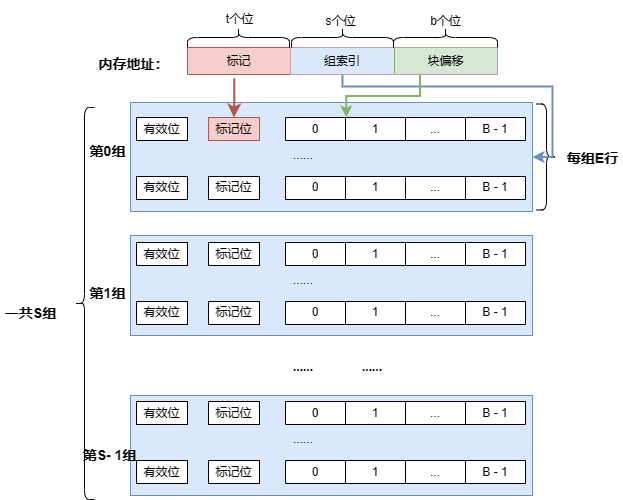
The draw.io diagram OS/Cache相关.drawio.png in SixPlusAndTimes/drawio, before a commit. Source tidied: cells renumbered, new cells last; positions are measured from the earlier drawing's top-left corner, leaving out a move shared by most shapes.
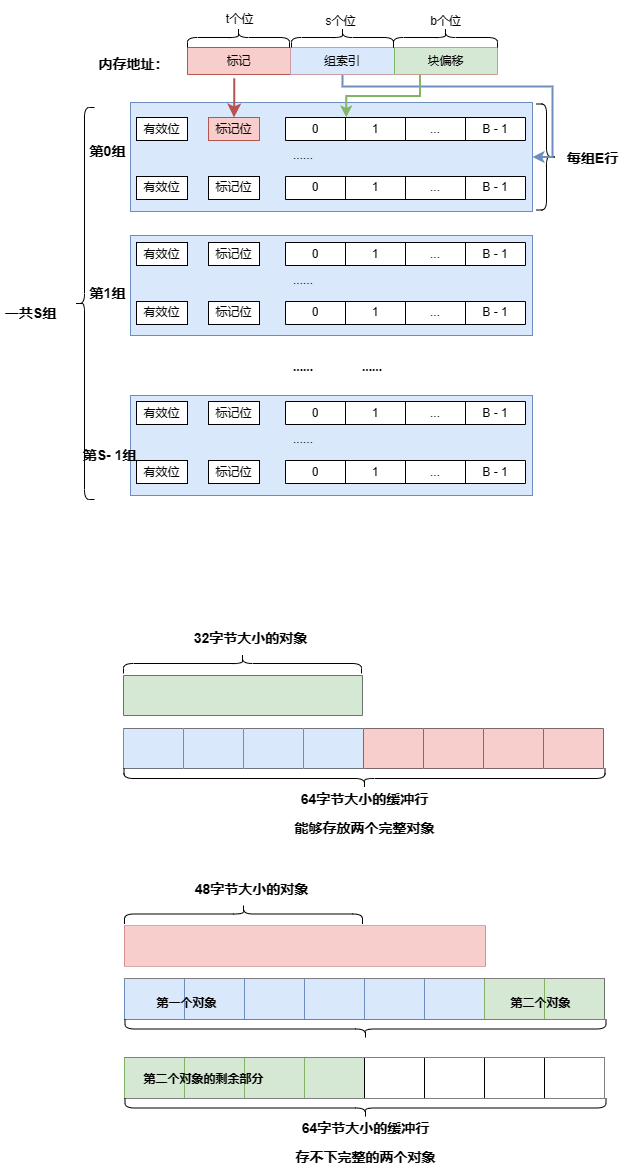
After the change.

Diff of the diagram source:
```diff
@@ -242,5 +242,149 @@
     <mxCell id="79" value="&lt;font style=&quot;font-size: 14px;&quot;&gt;内存地址：&lt;/font&gt;" style="text;strokeColor=none;fillColor=none;html=1;fontSize=24;fontStyle=1;verticalAlign=middle;align=center;" parent="1" vertex="1">
       <mxGeometry x="83" y="55.5" width="100" height="40" as="geometry" />
     </mxCell>
+    <mxCell id="80" style="shape=table;startSize=0;" parent="1" vertex="1">
+      <mxGeometry x="123" y="743" width="480" height="40" as="geometry" />
+    </mxCell>
+    <mxCell id="81" style="shape=tableRow;horizontal=0;startSize=0;swimlaneHead=0;swimlaneBody=0;strokeColor=inherit;top=0;left=0;bottom=0;right=0;fillColor=none;" parent="80" vertex="1">
+      <mxGeometry width="480" height="40" as="geometry" />
+    </mxCell>
+    <mxCell id="82" style="shape=partialRectangle;html=1;whiteSpace=wrap;strokeColor=#6c8ebf;overflow=hidden;fillColor=#dae8fc;top=0;left=1;bottom=0;right=0;" parent="81" vertex="1">
+      <mxGeometry width="60" height="40" as="geometry" />
+    </mxCell>
+    <mxCell id="83" style="shape=partialRectangle;html=1;whiteSpace=wrap;strokeColor=#6c8ebf;overflow=hidden;fillColor=#dae8fc;top=0;left=1;bottom=0;right=0;" parent="81" vertex="1">
+      <mxGeometry x="60" width="60" height="40" as="geometry" />
+    </mxCell>
+    <mxCell id="84" style="shape=partialRectangle;html=1;whiteSpace=wrap;strokeColor=#6c8ebf;overflow=hidden;fillColor=#dae8fc;top=0;left=1;bottom=0;right=0;" parent="81" vertex="1">
+      <mxGeometry x="120" width="60" height="40" as="geometry" />
+    </mxCell>
+    <mxCell id="85" style="shape=partialRectangle;html=1;whiteSpace=wrap;strokeColor=#6c8ebf;overflow=hidden;fillColor=#dae8fc;top=0;left=1;bottom=0;right=0;" parent="81" vertex="1">
+      <mxGeometry x="180" width="60" height="40" as="geometry" />
+    </mxCell>
+    <mxCell id="86" style="shape=partialRectangle;html=1;whiteSpace=wrap;strokeColor=#b85450;overflow=hidden;fillColor=#f8cecc;top=0;left=1;bottom=0;right=0;" parent="81" vertex="1">
+      <mxGeometry x="240" width="60" height="40" as="geometry" />
+    </mxCell>
+    <mxCell id="87" style="shape=partialRectangle;html=1;whiteSpace=wrap;strokeColor=#b85450;overflow=hidden;fillColor=#f8cecc;top=0;left=1;bottom=0;right=0;" parent="81" vertex="1">
+      <mxGeometry x="300" width="60" height="40" as="geometry" />
+    </mxCell>
+    <mxCell id="88" style="shape=partialRectangle;html=1;whiteSpace=wrap;strokeColor=#b85450;overflow=hidden;fillColor=#f8cecc;top=0;left=1;bottom=0;right=0;" parent="81" vertex="1">
+      <mxGeometry x="360" width="60" height="40" as="geometry" />
+    </mxCell>
+    <mxCell id="89" style="shape=partialRectangle;html=1;whiteSpace=wrap;strokeColor=#b85450;overflow=hidden;fillColor=#f8cecc;top=0;left=1;bottom=0;right=0;" parent="81" vertex="1">
+      <mxGeometry x="420" width="60" height="40" as="geometry" />
+    </mxCell>
+    <mxCell id="90" style="shape=table;startSize=0;" parent="1" vertex="1">
+      <mxGeometry x="123" y="690" width="239" height="40" as="geometry" />
+    </mxCell>
+    <mxCell id="91" style="shape=tableRow;horizontal=0;startSize=0;swimlaneHead=0;swimlaneBody=0;strokeColor=inherit;top=0;left=0;bottom=0;right=0;fillColor=none;" parent="90" vertex="1">
+      <mxGeometry width="239" height="40" as="geometry" />
+    </mxCell>
+    <mxCell id="92" style="shape=partialRectangle;html=1;whiteSpace=wrap;strokeColor=#82b366;overflow=hidden;fillColor=#d5e8d4;top=0;left=0;bottom=0;right=0;" parent="91" vertex="1">
+      <mxGeometry width="239" height="40" as="geometry" />
+    </mxCell>
+    <mxCell id="93" style="shape=curlyBracket;whiteSpace=wrap;html=1;rounded=1;labelPosition=left;verticalLabelPosition=middle;align=right;verticalAlign=middle;rotation=90;" parent="1" vertex="1">
+      <mxGeometry x="232" y="559" width="20" height="238" as="geometry" />
+    </mxCell>
+    <mxCell id="94" value="&lt;font style=&quot;font-size: 14px;&quot;&gt;32字节大小的对象&lt;/font&gt;" style="text;strokeColor=none;fillColor=none;html=1;fontSize=24;fontStyle=1;verticalAlign=middle;align=center;" parent="1" vertex="1">
+      <mxGeometry x="200" y="630" width="100" height="40" as="geometry" />
+    </mxCell>
+    <mxCell id="95" style="shape=curlyBracket;whiteSpace=wrap;html=1;rounded=1;labelPosition=left;verticalLabelPosition=middle;align=right;verticalAlign=middle;rotation=-90;" parent="1" vertex="1">
+      <mxGeometry x="354" y="552.5" width="20" height="481" as="geometry" />
+    </mxCell>
+    <mxCell id="96" value="&lt;font style=&quot;font-size: 14px;&quot;&gt;64字节大小的缓冲行&lt;br&gt;能够存放两个完整对象&lt;br&gt;&lt;/font&gt;" style="text;strokeColor=none;fillColor=none;html=1;fontSize=24;fontStyle=1;verticalAlign=middle;align=center;" parent="1" vertex="1">
+      <mxGeometry x="314" y="814" width="100" height="22" as="geometry" />
+    </mxCell>
+    <mxCell id="97" style="shape=table;startSize=0;" parent="1" vertex="1">
+      <mxGeometry x="124" y="993.5" width="480" height="40" as="geometry" />
+    </mxCell>
+    <mxCell id="98" style="shape=tableRow;horizontal=0;startSize=0;swimlaneHead=0;swimlaneBody=0;strokeColor=inherit;top=0;left=0;bottom=0;right=0;fillColor=none;" parent="97" vertex="1">
+      <mxGeometry width="480" height="40" as="geometry" />
+    </mxCell>
+    <mxCell id="99" style="shape=partialRectangle;html=1;whiteSpace=wrap;strokeColor=#6c8ebf;overflow=hidden;fillColor=#dae8fc;top=0;left=1;bottom=0;right=0;" parent="98" vertex="1">
+      <mxGeometry width="60" height="40" as="geometry" />
+    </mxCell>
+    <mxCell id="100" style="shape=partialRectangle;html=1;whiteSpace=wrap;strokeColor=#6c8ebf;overflow=hidden;fillColor=#dae8fc;top=0;left=1;bottom=0;right=0;" parent="98" vertex="1">
+      <mxGeometry x="60" width="60" height="40" as="geometry" />
+    </mxCell>
+    <mxCell id="101" style="shape=partialRectangle;html=1;whiteSpace=wrap;strokeColor=#6c8ebf;overflow=hidden;fillColor=#dae8fc;top=0;left=1;bottom=0;right=0;" parent="98" vertex="1">
+      <mxGeometry x="120" width="60" height="40" as="geometry" />
+    </mxCell>
+    <mxCell id="102" style="shape=partialRectangle;html=1;whiteSpace=wrap;strokeColor=#6c8ebf;overflow=hidden;fillColor=#dae8fc;top=0;left=1;bottom=0;right=0;" parent="98" vertex="1">
+      <mxGeometry x="180" width="60" height="40" as="geometry" />
+    </mxCell>
+    <mxCell id="103" style="shape=partialRectangle;html=1;whiteSpace=wrap;strokeColor=#6c8ebf;overflow=hidden;fillColor=#dae8fc;top=0;left=1;bottom=0;right=0;" parent="98" vertex="1">
+      <mxGeometry x="240" width="60" height="40" as="geometry" />
+    </mxCell>
+    <mxCell id="104" style="shape=partialRectangle;html=1;whiteSpace=wrap;strokeColor=#6c8ebf;overflow=hidden;fillColor=#dae8fc;top=0;left=1;bottom=0;right=0;" parent="98" vertex="1">
+      <mxGeometry x="300" width="60" height="40" as="geometry" />
+    </mxCell>
+    <mxCell id="105" style="shape=partialRectangle;html=1;whiteSpace=wrap;strokeColor=#82b366;overflow=hidden;fillColor=#d5e8d4;top=0;left=1;bottom=0;right=0;" parent="98" vertex="1">
+      <mxGeometry x="360" width="60" height="40" as="geometry" />
+    </mxCell>
+    <mxCell id="106" style="shape=partialRectangle;html=1;whiteSpace=wrap;strokeColor=#82b366;overflow=hidden;fillColor=#d5e8d4;top=0;left=1;bottom=0;right=0;" parent="98" vertex="1">
+      <mxGeometry x="420" width="60" height="40" as="geometry" />
+    </mxCell>
+    <mxCell id="107" style="shape=table;startSize=0;fillColor=#f8cecc;strokeColor=#b85450;" parent="1" vertex="1">
+      <mxGeometry x="124" y="940.5" width="361" height="40" as="geometry" />
+    </mxCell>
+    <mxCell id="108" style="shape=tableRow;horizontal=0;startSize=0;swimlaneHead=0;swimlaneBody=0;strokeColor=inherit;top=0;left=0;bottom=0;right=0;fillColor=none;" parent="107" vertex="1">
+      <mxGeometry width="361" height="40" as="geometry" />
+    </mxCell>
+    <mxCell id="109" style="shape=partialRectangle;html=1;whiteSpace=wrap;strokeColor=#b85450;overflow=hidden;fillColor=#f8cecc;top=0;left=0;bottom=0;right=0;" parent="108" vertex="1">
+      <mxGeometry width="361" height="40" as="geometry" />
+    </mxCell>
+    <mxCell id="110" style="shape=curlyBracket;whiteSpace=wrap;html=1;rounded=1;labelPosition=left;verticalLabelPosition=middle;align=right;verticalAlign=middle;rotation=90;" parent="1" vertex="1">
+      <mxGeometry x="233" y="809.5" width="20" height="238" as="geometry" />
+    </mxCell>
+    <mxCell id="111" value="&lt;font style=&quot;font-size: 14px;&quot;&gt;48字节大小的对象&lt;/font&gt;" style="text;strokeColor=none;fillColor=none;html=1;fontSize=24;fontStyle=1;verticalAlign=middle;align=center;" parent="1" vertex="1">
+      <mxGeometry x="201" y="880.5" width="100" height="40" as="geometry" />
+    </mxCell>
+    <mxCell id="112" style="shape=curlyBracket;whiteSpace=wrap;html=1;rounded=1;labelPosition=left;verticalLabelPosition=middle;align=right;verticalAlign=middle;rotation=-90;" parent="1" vertex="1">
+      <mxGeometry x="355" y="803" width="20" height="481" as="geometry" />
+    </mxCell>
+    <mxCell id="113" style="shape=table;startSize=0;" parent="1" vertex="1">
+      <mxGeometry x="124" y="1072.5" width="480" height="40" as="geometry" />
+    </mxCell>
+    <mxCell id="114" style="shape=tableRow;horizontal=0;startSize=0;swimlaneHead=0;swimlaneBody=0;strokeColor=inherit;top=0;left=0;bottom=0;right=0;fillColor=none;" parent="113" vertex="1">
+      <mxGeometry width="480" height="40" as="geometry" />
+    </mxCell>
+    <mxCell id="115" style="shape=partialRectangle;html=1;whiteSpace=wrap;strokeColor=#82b366;overflow=hidden;fillColor=#d5e8d4;top=0;left=1;bottom=0;right=0;" parent="114" vertex="1">
+      <mxGeometry width="60" height="40" as="geometry" />
+    </mxCell>
+    <mxCell id="116" style="shape=partialRectangle;html=1;whiteSpace=wrap;strokeColor=#82b366;overflow=hidden;fillColor=#d5e8d4;top=0;left=1;bottom=0;right=0;" parent="114" vertex="1">
+      <mxGeometry x="60" width="60" height="40" as="geometry" />
+    </mxCell>
+    <mxCell id="117" style="shape=partialRectangle;html=1;whiteSpace=wrap;strokeColor=#82b366;overflow=hidden;fillColor=#d5e8d4;top=0;left=1;bottom=0;right=0;" parent="114" vertex="1">
+      <mxGeometry x="120" width="60" height="40" as="geometry" />
+    </mxCell>
+    <mxCell id="118" style="shape=partialRectangle;html=1;whiteSpace=wrap;strokeColor=#82b366;overflow=hidden;fillColor=#d5e8d4;top=0;left=1;bottom=0;right=0;" parent="114" vertex="1">
+      <mxGeometry x="180" width="60" height="40" as="geometry" />
+    </mxCell>
+    <mxCell id="119" style="shape=partialRectangle;html=1;whiteSpace=wrap;overflow=hidden;top=0;left=1;bottom=0;right=0;" parent="114" vertex="1">
+      <mxGeometry x="240" width="60" height="40" as="geometry" />
+    </mxCell>
+    <mxCell id="120" style="shape=partialRectangle;html=1;whiteSpace=wrap;overflow=hidden;top=0;left=1;bottom=0;right=0;" parent="114" vertex="1">
+      <mxGeometry x="300" width="60" height="40" as="geometry" />
+    </mxCell>
+    <mxCell id="121" style="shape=partialRectangle;html=1;whiteSpace=wrap;overflow=hidden;top=0;left=1;bottom=0;right=0;" parent="114" vertex="1">
+      <mxGeometry x="360" width="60" height="40" as="geometry" />
+    </mxCell>
+    <mxCell id="122" style="shape=partialRectangle;html=1;whiteSpace=wrap;overflow=hidden;top=0;left=1;bottom=0;right=0;" parent="114" vertex="1">
+      <mxGeometry x="420" width="60" height="40" as="geometry" />
+    </mxCell>
+    <mxCell id="123" style="shape=curlyBracket;whiteSpace=wrap;html=1;rounded=1;labelPosition=left;verticalLabelPosition=middle;align=right;verticalAlign=middle;rotation=-90;" parent="1" vertex="1">
+      <mxGeometry x="355" y="882" width="20" height="481" as="geometry" />
+    </mxCell>
+    <mxCell id="124" value="&lt;font style=&quot;font-size: 14px;&quot;&gt;64字节大小的缓冲行&lt;br&gt;存不下完整的两个对象&lt;br&gt;&lt;/font&gt;" style="text;strokeColor=none;fillColor=none;html=1;fontSize=24;fontStyle=1;verticalAlign=middle;align=center;" parent="1" vertex="1">
+      <mxGeometry x="315" y="1143.5" width="100" height="22" as="geometry" />
+    </mxCell>
+    <mxCell id="125" value="&lt;font style=&quot;font-size: 11px;&quot;&gt;第一个对象&lt;/font&gt;" style="text;strokeColor=none;fillColor=none;html=1;fontSize=24;fontStyle=1;verticalAlign=middle;align=center;" parent="1" vertex="1">
+      <mxGeometry x="156" y="1000.5" width="59" height="26" as="geometry" />
+    </mxCell>
+    <mxCell id="126" value="&lt;font style=&quot;font-size: 11px;&quot;&gt;第二个对象&lt;/font&gt;" style="text;strokeColor=none;fillColor=none;html=1;fontSize=24;fontStyle=1;verticalAlign=middle;align=center;" parent="1" vertex="1">
+      <mxGeometry x="510" y="1000.5" width="59" height="26" as="geometry" />
+    </mxCell>
+    <mxCell id="127" value="&lt;font style=&quot;font-size: 11px;&quot;&gt;第二个对象的剩余部分&lt;/font&gt;" style="text;strokeColor=none;fillColor=none;html=1;fontSize=24;fontStyle=1;verticalAlign=middle;align=center;" parent="1" vertex="1">
+      <mxGeometry x="173" y="1077" width="59" height="26" as="geometry" />
+    </mxCell>
   </root>
 </mxGraphModel>
```
